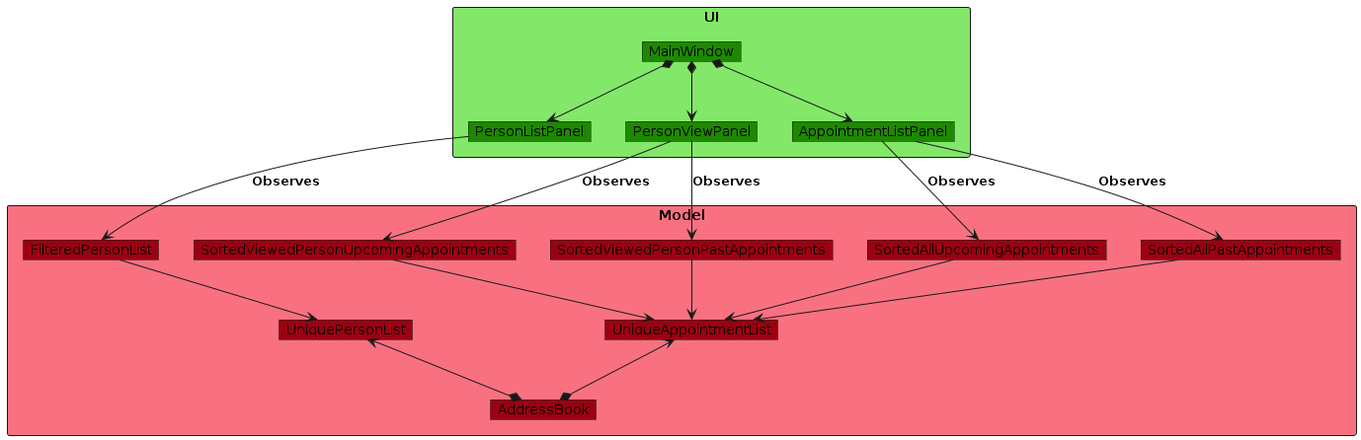
Before: diagrams/ModelUiObjectDiagram.png, a diagram exported from PlantUML (bananapielearnsjava/tp). Its source is kept beside it as diagrams/ModelUiObjectDiagram.puml. The source it was exported from:
```plantuml
@startuml
!include style.puml

Package UI as UIPackage <<Rectangle>> UI_COLOR_T1 {

object MainWindow UI_COLOR
object PersonListPanel UI_COLOR
object PersonViewPanel UI_COLOR
object AppointmentListPanel UI_COLOR

MainWindow *--> PersonListPanel
MainWindow *--> PersonViewPanel
MainWindow *--> AppointmentListPanel
}

Package Model as ModelPackage <<Rectangle>> MODEL_COLOR_T1 {
object AddressBook MODEL_COLOR
object UniqueAppointmentList MODEL_COLOR
object UniquePersonList MODEL_COLOR
object SortedAllUpcomingAppointments MODEL_COLOR
object SortedAllPastAppointments MODEL_COLOR
object SortedViewedPersonUpcomingAppointments MODEL_COLOR
object SortedViewedPersonPastAppointments MODEL_COLOR
object FilteredPersonList MODEL_COLOR

AddressBook *-up-> UniqueAppointmentList
AddressBook *-up-> UniquePersonList
SortedAllUpcomingAppointments -down-> UniqueAppointmentList
SortedAllPastAppointments -down-> UniqueAppointmentList
SortedViewedPersonUpcomingAppointments -down-> UniqueAppointmentList
SortedViewedPersonPastAppointments -down-> UniqueAppointmentList
FilteredPersonList -down-> UniquePersonList

}

PersonListPanel --> FilteredPersonList : "Observes"
PersonViewPanel --> SortedViewedPersonPastAppointments : "Observes"
PersonViewPanel --> SortedViewedPersonUpcomingAppointments : "Observes"
AppointmentListPanel --> SortedAllUpcomingAppointments : "Observes"
AppointmentListPanel --> SortedAllPastAppointments : "Observes"
@enduml
```
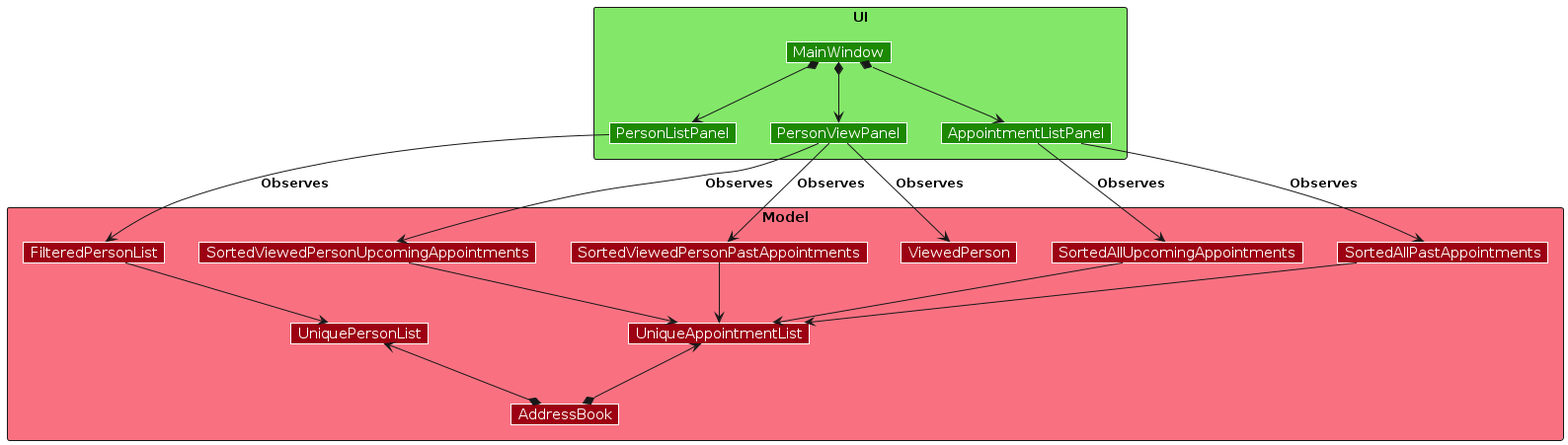
The same file after the commit.

The edit, as a diff of the source:
```diff
@@ -22,6 +22,7 @@
 object SortedViewedPersonUpcomingAppointments MODEL_COLOR
 object SortedViewedPersonPastAppointments MODEL_COLOR
 object FilteredPersonList MODEL_COLOR
+object ViewedPerson MODEL_COLOR
 
 AddressBook *-up-> UniqueAppointmentList
 AddressBook *-up-> UniquePersonList
@@ -34,6 +35,7 @@
 }
 
 PersonListPanel --> FilteredPersonList : "Observes"
+PersonViewPanel --> ViewedPerson : "Observes"
 PersonViewPanel --> SortedViewedPersonPastAppointments : "Observes"
 PersonViewPanel --> SortedViewedPersonUpcomingAppointments : "Observes"
 AppointmentListPanel --> SortedAllUpcomingAppointments : "Observes"
```
